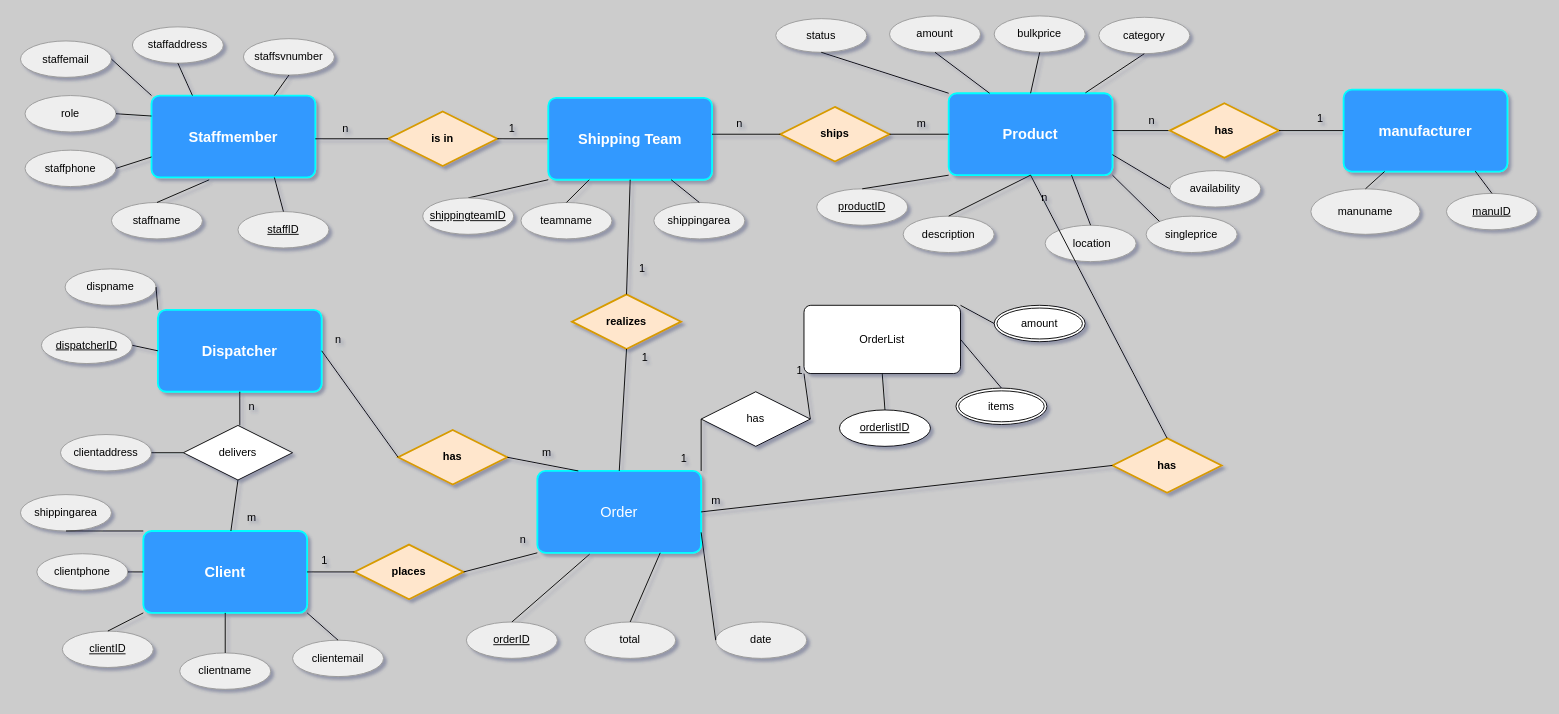
The draw.io diagram re_diagram.drawio in CodeFactoryWien/WF-Java-05, before the edit. Source tidied: cells renumbered, new cells numbered last; positions are measured from the earlier drawing's top-left corner, leaving out a move shared by most shapes. Both pictures are drawn from the tidied source at 91%, with x=0, y=0 at pixel (20, 15).
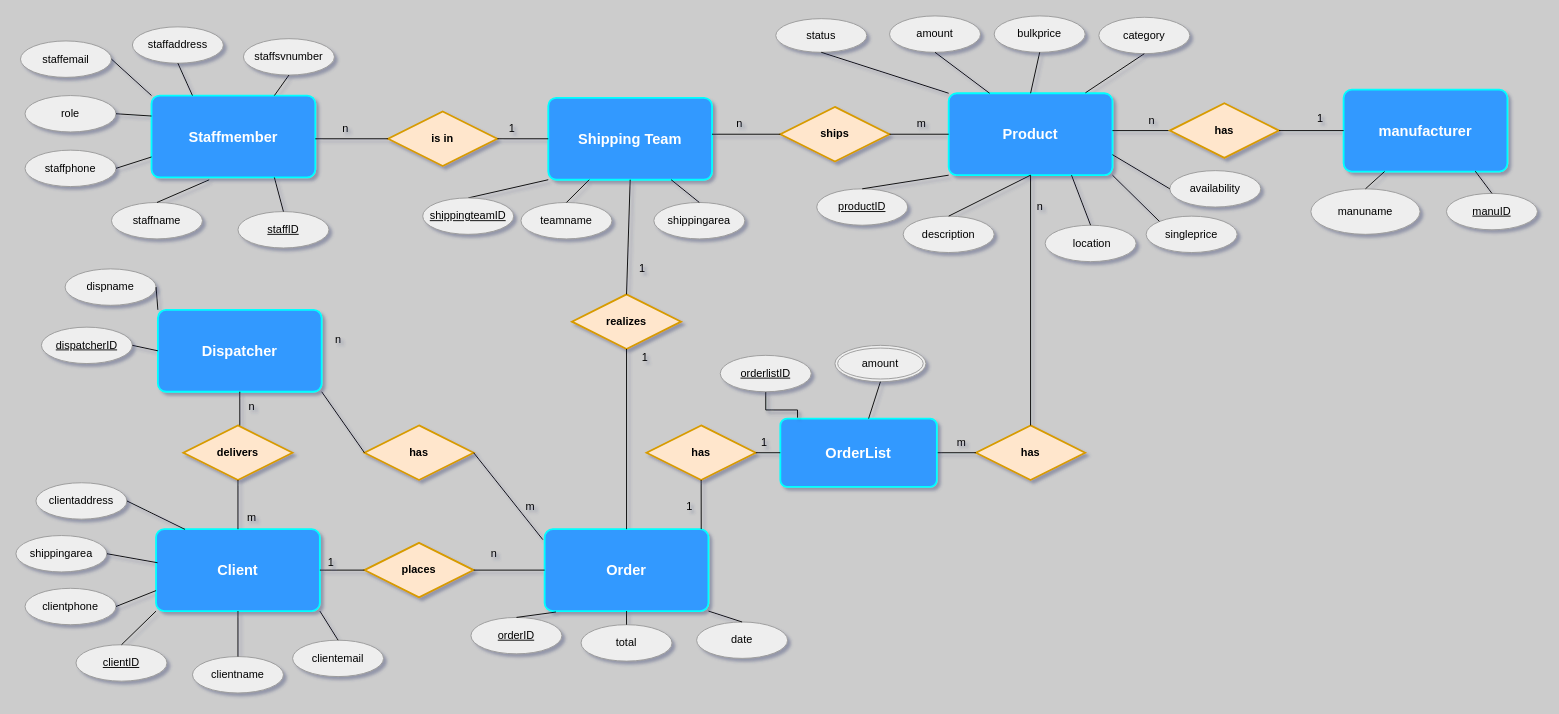
The same page after the edit.

Unchanged cells that the change refers to:
```xml
<mxCell id="29" value="Dispatcher" style="rounded=1;arcSize=10;whiteSpace=wrap;html=1;align=center;strokeColor=#00FFFF;strokeWidth=2;fillColor=#3399FF;gradientColor=none;fontStyle=1;fontSize=16;fontColor=#FFFFFF;fixDash=0;shadow=0;" parent="1" vertex="1">
  <mxGeometry x="151" y="323" width="180" height="90" as="geometry" />
</mxCell>
```

Diff of the diagram source:
```diff
@@
-    <mxCell id="16" value="Order" style="rounded=1;arcSize=10;whiteSpace=wrap;html=1;align=center;strokeColor=#00FFFF;strokeWidth=2;fillColor=#3399FF;gradientColor=none;fontSize=16;fontColor=#FFFFFF;fixDash=0;shadow=0;" parent="1" vertex="1">
-      <mxGeometry x="568" y="500" width="180" height="90" as="geometry" />
+    <mxCell id="16" value="&lt;b&gt;Order&lt;/b&gt;" style="rounded=1;arcSize=10;whiteSpace=wrap;html=1;align=center;strokeColor=#00FFFF;strokeWidth=2;fillColor=#3399FF;gradientColor=none;fontSize=16;fontColor=#FFFFFF;fixDash=0;shadow=0;" parent="1" vertex="1">
+      <mxGeometry x="576" y="564" width="180" height="90" as="geometry" />
     </mxCell>
@@
     <mxCell id="18" value="total" style="ellipse;whiteSpace=wrap;html=1;align=center;shadow=0;strokeColor=#999999;fillColor=#eeeeee;fixDash=0;" parent="1" vertex="1">
-      <mxGeometry x="620" y="666" width="100" height="40" as="geometry" />
+      <mxGeometry x="616" y="669" width="100" height="40" as="geometry" />
     </mxCell>
     <mxCell id="19" value="date" style="ellipse;whiteSpace=wrap;html=1;align=center;shadow=0;strokeColor=#999999;fillColor=#eeeeee;fixDash=0;" parent="1" vertex="1">
-      <mxGeometry x="764" y="666" width="100" height="40" as="geometry" />
+      <mxGeometry x="743" y="666" width="100" height="40" as="geometry" />
     </mxCell>
     <mxCell id="20" value="&lt;u&gt;orderID&lt;/u&gt;" style="ellipse;whiteSpace=wrap;html=1;align=center;shadow=0;strokeColor=#999999;fillColor=#eeeeee;fixDash=0;" parent="1" vertex="1">
-      <mxGeometry x="490" y="666" width="100" height="40" as="geometry" />
+      <mxGeometry x="495" y="661" width="100" height="40" as="geometry" />
     </mxCell>
     <mxCell id="21" value="Client" style="rounded=1;arcSize=10;whiteSpace=wrap;html=1;align=center;strokeColor=#00FFFF;strokeWidth=2;fillColor=#3399FF;gradientColor=none;fontSize=16;fontColor=#FFFFFF;fontStyle=1;fixDash=0;shadow=0;" parent="1" vertex="1">
-      <mxGeometry x="135" y="566" width="180" height="90" as="geometry" />
+      <mxGeometry x="149" y="564" width="180" height="90" as="geometry" />
     </mxCell>
     <mxCell id="22" value="&lt;u&gt;clientID&lt;/u&gt;" style="ellipse;whiteSpace=wrap;html=1;align=center;shadow=0;strokeColor=#999999;fillColor=#eeeeee;fixDash=0;" parent="1" vertex="1">
-      <mxGeometry x="46" y="676" width="100" height="40" as="geometry" />
+      <mxGeometry x="61" y="691" width="100" height="40" as="geometry" />
     </mxCell>
     <mxCell id="23" value="clientname" style="ellipse;whiteSpace=wrap;html=1;align=center;shadow=0;strokeColor=#999999;fillColor=#eeeeee;fixDash=0;" parent="1" vertex="1">
-      <mxGeometry x="175" y="700" width="100" height="40" as="geometry" />
+      <mxGeometry x="189" y="704" width="100" height="40" as="geometry" />
     </mxCell>
     <mxCell id="24" value="clientaddress" style="ellipse;whiteSpace=wrap;html=1;align=center;shadow=0;strokeColor=#999999;fillColor=#eeeeee;fixDash=0;" parent="1" vertex="1">
-      <mxGeometry x="44" y="460" width="100" height="40" as="geometry" />
+      <mxGeometry x="17" y="513" width="100" height="40" as="geometry" />
     </mxCell>
@@
     <mxCell id="26" value="clientphone" style="ellipse;whiteSpace=wrap;html=1;align=center;shadow=0;strokeColor=#999999;fillColor=#eeeeee;fixDash=0;" parent="1" vertex="1">
-      <mxGeometry x="18" y="591" width="100" height="40" as="geometry" />
+      <mxGeometry x="5" y="629" width="100" height="40" as="geometry" />
     </mxCell>
@@
     <mxCell id="28" value="shippingarea" style="ellipse;whiteSpace=wrap;html=1;align=center;shadow=0;strokeColor=#999999;fillColor=#eeeeee;fixDash=0;" parent="1" vertex="1">
-      <mxGeometry y="526" width="100" height="40" as="geometry" />
+      <mxGeometry x="-5" y="571" width="100" height="40" as="geometry" />
     </mxCell>
@@
-    <mxCell id="41" style="endArrow=none;html=1;rounded=0;entryX=0;entryY=0;entryDx=0;entryDy=0;exitX=0.5;exitY=1;exitDx=0;exitDy=0;fixDash=0;shadow=0;" parent="1" edge="1" source="28" target="21">
+    <mxCell id="41" style="endArrow=none;html=1;rounded=0;entryX=0.009;entryY=0.41;entryDx=0;entryDy=0;exitX=1;exitY=0.5;exitDx=0;exitDy=0;fixDash=0;shadow=0;entryPerimeter=0;" parent="1" edge="1" source="28" target="21">
       <mxGeometry relative="1" as="geometry" />
     </mxCell>
@@
-    <mxCell id="53" style="endArrow=none;html=1;rounded=0;entryX=0;entryY=0.5;entryDx=0;entryDy=0;exitX=1;exitY=0.5;exitDx=0;exitDy=0;fixDash=0;shadow=0;" parent="1" edge="1" source="26" target="21">
+    <mxCell id="53" style="endArrow=none;html=1;rounded=0;entryX=0;entryY=0.75;entryDx=0;entryDy=0;exitX=1;exitY=0.5;exitDx=0;exitDy=0;fixDash=0;shadow=0;" parent="1" edge="1" source="26" target="21">
       <mxGeometry relative="1" as="geometry" />
     </mxCell>
@@
     <mxCell id="75" value="places" style="shape=rhombus;perimeter=rhombusPerimeter;whiteSpace=wrap;html=1;align=center;strokeColor=#d79b00;strokeWidth=2;fillColor=#ffe6cc;fontStyle=1;fixDash=0;shadow=0;" parent="1" vertex="1">
-      <mxGeometry x="367" y="581" width="120" height="60" as="geometry" />
+      <mxGeometry x="378" y="579" width="120" height="60" as="geometry" />
     </mxCell>
     <mxCell id="76" value="has" style="shape=rhombus;perimeter=rhombusPerimeter;whiteSpace=wrap;html=1;align=center;strokeColor=#d79b00;strokeWidth=2;fillColor=#ffe6cc;fontStyle=1;fixDash=0;shadow=0;" parent="1" vertex="1">
-      <mxGeometry x="1200" y="464" width="120" height="60" as="geometry" />
+      <mxGeometry x="1050" y="450" width="120" height="60" as="geometry" />
     </mxCell>
@@
-    <mxCell id="79" style="endArrow=none;html=1;rounded=0;entryX=1;entryY=0.5;entryDx=0;entryDy=0;exitX=0;exitY=0.5;exitDx=0;exitDy=0;fixDash=0;shadow=0;" parent="1" edge="1" source="76" target="16">
+    <mxCell id="79" style="endArrow=none;html=1;rounded=0;entryX=1;entryY=0.5;entryDx=0;entryDy=0;exitX=0;exitY=0.5;exitDx=0;exitDy=0;fixDash=0;shadow=0;" parent="1" edge="1" source="76" target="113">
       <mxGeometry relative="1" as="geometry" />
     </mxCell>
     <mxCell id="80" value="m" style="text;html=1;align=center;verticalAlign=middle;fixDash=0;shadow=0;" parent="1" vertex="1">
-      <mxGeometry x="754" y="524" width="20" height="18" as="geometry" />
+      <mxGeometry x="1024" y="460" width="20" height="18" as="geometry" />
     </mxCell>
     <mxCell id="81" value="n" style="text;html=1;align=center;verticalAlign=middle;fixDash=0;shadow=0;" parent="1" vertex="1">
-      <mxGeometry x="1115" y="190" width="20" height="20" as="geometry" />
+      <mxGeometry x="1110" y="200" width="20" height="20" as="geometry" />
     </mxCell>
@@
     <mxCell id="83" value="1" style="text;html=1;align=center;verticalAlign=middle;fixDash=0;shadow=0;" parent="1" vertex="1">
-      <mxGeometry x="324" y="589" width="20" height="20" as="geometry" />
+      <mxGeometry x="331" y="591" width="20" height="20" as="geometry" />
     </mxCell>
     <mxCell id="84" value="n" style="text;html=1;align=center;verticalAlign=middle;fixDash=0;shadow=0;" parent="1" vertex="1">
-      <mxGeometry x="542" y="566" width="20" height="20" as="geometry" />
+      <mxGeometry x="510" y="581" width="20" height="20" as="geometry" />
     </mxCell>
-    <mxCell id="85" style="endArrow=none;html=1;rounded=0;entryX=1;entryY=0.75;entryDx=0;entryDy=0;exitX=0;exitY=0.5;exitDx=0;exitDy=0;fixDash=0;shadow=0;" parent="1" edge="1" source="19" target="16">
+    <mxCell id="85" style="endArrow=none;html=1;rounded=0;entryX=1;entryY=1;entryDx=0;entryDy=0;exitX=0.5;exitY=0;exitDx=0;exitDy=0;fixDash=0;shadow=0;" parent="1" edge="1" source="19" target="16">
       <mxGeometry relative="1" as="geometry" />
     </mxCell>
-    <mxCell id="86" style="endArrow=none;html=1;rounded=0;entryX=0.75;entryY=1;entryDx=0;entryDy=0;exitX=0.5;exitY=0;exitDx=0;exitDy=0;fixDash=0;shadow=0;" parent="1" edge="1" source="18" target="16">
+    <mxCell id="86" style="endArrow=none;html=1;rounded=0;entryX=0.5;entryY=1;entryDx=0;entryDy=0;exitX=0.5;exitY=0;exitDx=0;exitDy=0;fixDash=0;shadow=0;" parent="1" edge="1" source="18" target="16">
       <mxGeometry relative="1" as="geometry" />
     </mxCell>
-    <mxCell id="87" style="endArrow=none;html=1;rounded=0;exitX=0.5;exitY=0;exitDx=0;exitDy=0;entryX=0.319;entryY=1.017;entryDx=0;entryDy=0;entryPerimeter=0;fixDash=0;shadow=0;" parent="1" edge="1" source="20" target="16">
+    <mxCell id="87" style="endArrow=none;html=1;rounded=0;exitX=0.5;exitY=0;exitDx=0;exitDy=0;entryX=0.069;entryY=1.012;entryDx=0;entryDy=0;entryPerimeter=0;fixDash=0;shadow=0;" parent="1" edge="1" source="20" target="16">
       <mxGeometry relative="1" as="geometry" />
     </mxCell>
     <mxCell id="88" value="has" style="shape=rhombus;perimeter=rhombusPerimeter;whiteSpace=wrap;html=1;align=center;strokeColor=#d79b00;strokeWidth=2;fillColor=#ffe6cc;fontStyle=1;fixDash=0;shadow=0;" parent="1" vertex="1">
-      <mxGeometry x="415" y="455" width="120" height="60" as="geometry" />
+      <mxGeometry x="378" y="450" width="120" height="60" as="geometry" />
     </mxCell>
-    <mxCell id="89" style="endArrow=none;html=1;rounded=0;exitX=0;exitY=1;exitDx=0;exitDy=0;entryX=1;entryY=0.5;entryDx=0;entryDy=0;fixDash=0;shadow=0;" parent="1" edge="1" source="16" target="75">
+    <mxCell id="89" style="endArrow=none;html=1;rounded=0;exitX=0;exitY=0.5;exitDx=0;exitDy=0;entryX=1;entryY=0.5;entryDx=0;entryDy=0;fixDash=0;shadow=0;" parent="1" edge="1" source="16" target="75">
       <mxGeometry relative="1" as="geometry" />
     </mxCell>
-    <mxCell id="90" style="endArrow=none;html=1;rounded=0;exitX=1;exitY=0.5;exitDx=0;exitDy=0;fixDash=0;shadow=0;entryX=0.25;entryY=0;entryDx=0;entryDy=0;" parent="1" edge="1" source="88" target="16">
+    <mxCell id="90" style="endArrow=none;html=1;rounded=0;exitX=1;exitY=0.5;exitDx=0;exitDy=0;fixDash=0;shadow=0;entryX=-0.011;entryY=0.128;entryDx=0;entryDy=0;entryPerimeter=0;" parent="1" edge="1" source="88" target="16">
       <mxGeometry relative="1" as="geometry" />
     </mxCell>
-    <mxCell id="91" style="endArrow=none;html=1;rounded=0;exitX=1;exitY=0.5;exitDx=0;exitDy=0;entryX=0;entryY=0.5;entryDx=0;entryDy=0;fixDash=0;shadow=0;" parent="1" edge="1" source="29" target="88">
+    <mxCell id="91" style="endArrow=none;html=1;rounded=0;exitX=1;exitY=1;exitDx=0;exitDy=0;entryX=0;entryY=0.5;entryDx=0;entryDy=0;fixDash=0;shadow=0;" parent="1" edge="1" source="29" target="88">
       <mxGeometry relative="1" as="geometry" />
     </mxCell>
     <mxCell id="92" value="m" style="text;html=1;align=center;verticalAlign=middle;fixDash=0;shadow=0;" parent="1" vertex="1">
-      <mxGeometry x="568" y="471" width="20" height="18" as="geometry" />
+      <mxGeometry x="550" y="530" width="20" height="18" as="geometry" />
     </mxCell>
@@
-    <mxCell id="107" value="delivers" style="shape=rhombus;perimeter=rhombusPerimeter;whiteSpace=wrap;html=1;align=center;" parent="1" vertex="1">
+    <mxCell id="107" value="delivers" style="shape=rhombus;perimeter=rhombusPerimeter;whiteSpace=wrap;html=1;align=center;shadow=0;fontStyle=1;strokeColor=#d79b00;strokeWidth=2;fillColor=#ffe6cc;" parent="1" vertex="1">
       <mxGeometry x="179" y="450" width="120" height="60" as="geometry" />
     </mxCell>
-    <mxCell id="108" style="endArrow=none;html=1;rounded=0;exitX=1;exitY=0.5;exitDx=0;exitDy=0;entryX=0;entryY=0.5;entryDx=0;entryDy=0;" parent="1" edge="1" source="24" target="107">
+    <mxCell id="108" style="endArrow=none;html=1;rounded=0;exitX=1;exitY=0.5;exitDx=0;exitDy=0;entryX=0.177;entryY=0.003;entryDx=0;entryDy=0;entryPerimeter=0;" parent="1" edge="1" source="24" target="21">
       <mxGeometry relative="1" as="geometry" />
     </mxCell>
@@
-    <mxCell id="113" value="OrderList" style="rounded=1;arcSize=10;whiteSpace=wrap;html=1;align=center;" parent="1" vertex="1">
-      <mxGeometry x="861" y="318" width="172" height="75" as="geometry" />
+    <mxCell id="113" value="OrderList" style="rounded=1;arcSize=10;whiteSpace=wrap;html=1;align=center;shadow=0;fontSize=16;fontColor=#FFFFFF;fontStyle=1;strokeColor=#00FFFF;strokeWidth=2;fillColor=#3399FF;gradientColor=none;glass=0;" parent="1" vertex="1">
+      <mxGeometry x="835" y="442.5" width="172" height="75" as="geometry" />
     </mxCell>
-    <mxCell id="114" value="has" style="shape=rhombus;perimeter=rhombusPerimeter;whiteSpace=wrap;html=1;align=center;" parent="1" vertex="1">
-      <mxGeometry x="748" y="413" width="120" height="60" as="geometry" />
+    <mxCell id="114" value="has" style="shape=rhombus;perimeter=rhombusPerimeter;whiteSpace=wrap;html=1;align=center;shadow=0;fontStyle=1;strokeColor=#d79b00;strokeWidth=2;fillColor=#ffe6cc;" parent="1" vertex="1">
+      <mxGeometry x="688" y="450" width="120" height="60" as="geometry" />
     </mxCell>
-    <mxCell id="115" style="endArrow=none;html=1;rounded=0;exitX=1;exitY=0;exitDx=0;exitDy=0;entryX=0;entryY=0.5;entryDx=0;entryDy=0;" parent="1" edge="1" source="16" target="114">
+    <mxCell id="115" style="endArrow=none;html=1;rounded=0;exitX=0.956;exitY=0;exitDx=0;exitDy=0;entryX=0.5;entryY=1;entryDx=0;entryDy=0;exitPerimeter=0;" parent="1" edge="1" source="16" target="114">
       <mxGeometry relative="1" as="geometry" />
     </mxCell>
-    <mxCell id="116" style="endArrow=none;html=1;rounded=0;exitX=1;exitY=0.5;exitDx=0;exitDy=0;entryX=0;entryY=1;entryDx=0;entryDy=0;" parent="1" edge="1" source="114" target="113">
+    <mxCell id="116" style="endArrow=none;html=1;rounded=0;exitX=1;exitY=0.5;exitDx=0;exitDy=0;entryX=0;entryY=0.5;entryDx=0;entryDy=0;" parent="1" edge="1" source="114" target="113">
       <mxGeometry relative="1" as="geometry" />
     </mxCell>
     <mxCell id="117" value="1" style="text;html=1;align=center;verticalAlign=middle;" parent="1" vertex="1">
-      <mxGeometry x="720" y="478" width="17" height="18" as="geometry" />
+      <mxGeometry x="726" y="530" width="17" height="18" as="geometry" />
     </mxCell>
     <mxCell id="118" value="1" style="text;html=1;align=center;verticalAlign=middle;" parent="1" vertex="1">
-      <mxGeometry x="847" y="381" width="17" height="18" as="geometry" />
+      <mxGeometry x="808" y="460" width="17" height="18" as="geometry" />
     </mxCell>
+    <mxCell id="122" style="edgeStyle=orthogonalEdgeStyle;rounded=0;jettySize=auto;html=1;exitX=0.5;exitY=1;exitDx=0;exitDy=0;entryX=0.11;entryY=-0.014;entryDx=0;entryDy=0;shadow=1;endArrow=none;endFill=0;fontSize=16;fontColor=#FFFFFF;entryPerimeter=0;" parent="1" edge="1" source="119" target="113">
+      <mxGeometry relative="1" as="geometry" />
+    </mxCell>
-    <mxCell id="119" value="orderlistID" style="ellipse;whiteSpace=wrap;html=1;align=center;fontStyle=4;" parent="1" vertex="1">
-      <mxGeometry x="900" y="433" width="100" height="40" as="geometry" />
+    <mxCell id="119" value="&lt;u&gt;orderlistID&lt;/u&gt;" style="ellipse;whiteSpace=wrap;html=1;align=center;shadow=0;strokeColor=#999999;fillColor=#eeeeee;" parent="1" vertex="1">
+      <mxGeometry x="769" y="373" width="100" height="40" as="geometry" />
     </mxCell>
-    <mxCell id="120" value="items" style="ellipse;shape=doubleEllipse;margin=3;whiteSpace=wrap;html=1;align=center;" parent="1" vertex="1">
-      <mxGeometry x="1028" y="409" width="100" height="40" as="geometry" />
-    </mxCell>
-    <mxCell id="121" value="amount" style="ellipse;shape=doubleEllipse;margin=3;whiteSpace=wrap;html=1;align=center;" parent="1" vertex="1">
-      <mxGeometry x="1070" y="318" width="100" height="40" as="geometry" />
+    <mxCell id="121" value="amount" style="ellipse;shape=doubleEllipse;margin=3;whiteSpace=wrap;html=1;align=center;shadow=0;strokeColor=#999999;fillColor=#eeeeee;" parent="1" vertex="1">
+      <mxGeometry x="895" y="362" width="100" height="40" as="geometry" />
     </mxCell>
-    <mxCell id="122" style="endArrow=none;html=1;rounded=0;exitX=0.5;exitY=0;exitDx=0;exitDy=0;entryX=0.5;entryY=1;entryDx=0;entryDy=0;" parent="1" edge="1" source="119" target="113">
-      <mxGeometry relative="1" as="geometry" />
-    </mxCell>
-    <mxCell id="123" style="endArrow=none;html=1;rounded=0;exitX=0.5;exitY=0;exitDx=0;exitDy=0;entryX=1;entryY=0.5;entryDx=0;entryDy=0;" parent="1" edge="1" source="120" target="113">
-      <mxGeometry relative="1" as="geometry" />
-    </mxCell>
-    <mxCell id="124" style="endArrow=none;html=1;rounded=0;exitX=1;exitY=0;exitDx=0;exitDy=0;entryX=0;entryY=0.5;entryDx=0;entryDy=0;" parent="1" edge="1" source="113" target="121">
+    <mxCell id="124" style="endArrow=none;html=1;rounded=0;exitX=0.564;exitY=0;exitDx=0;exitDy=0;entryX=0.5;entryY=1;entryDx=0;entryDy=0;exitPerimeter=0;" parent="1" edge="1" source="113" target="121">
       <mxGeometry relative="1" as="geometry" />
     </mxCell>
```
